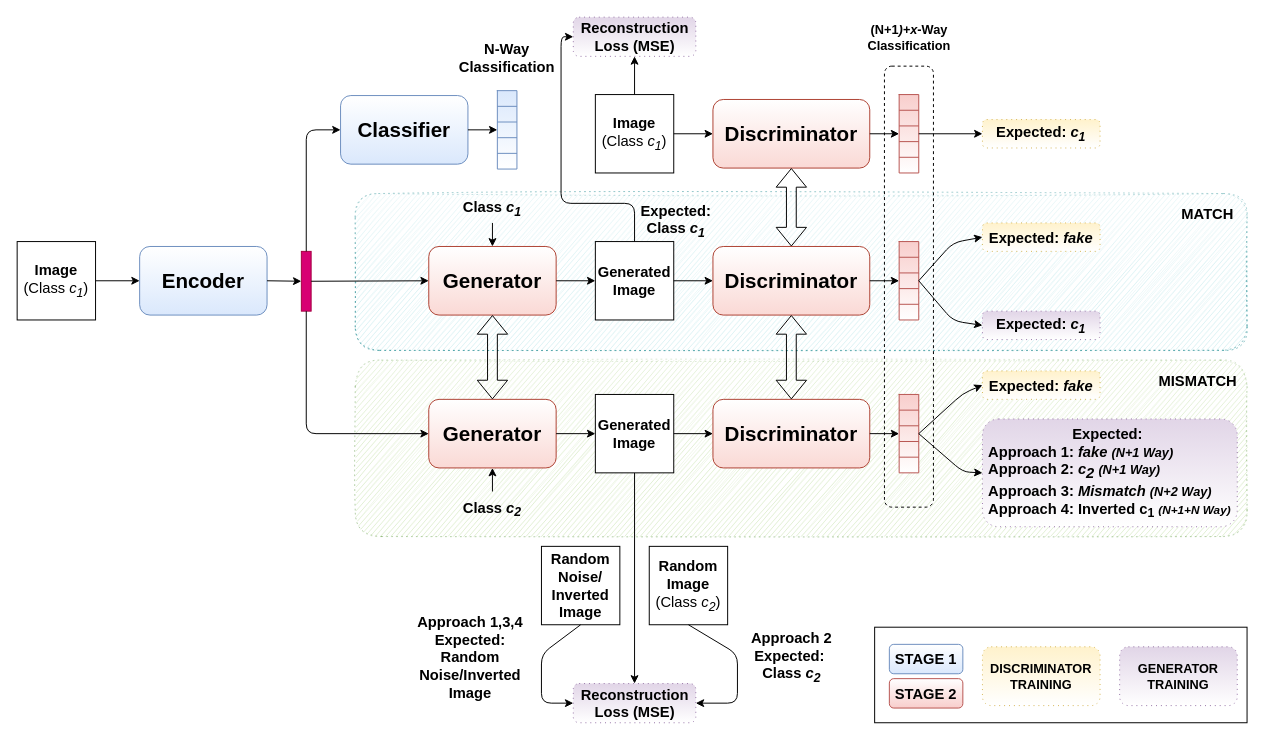
Before: draw/cGAN-OSR.drawio in pranavbudhwant/cGAN-OSR, a draw.io diagram. Source tidied: cells renumbered, new cells numbered last; positions are measured from the earlier drawing's top-left corner, leaving out a move shared by most shapes. Both pictures are drawn from the tidied source at 98%, with x=0, y=0 at pixel (17, 17).
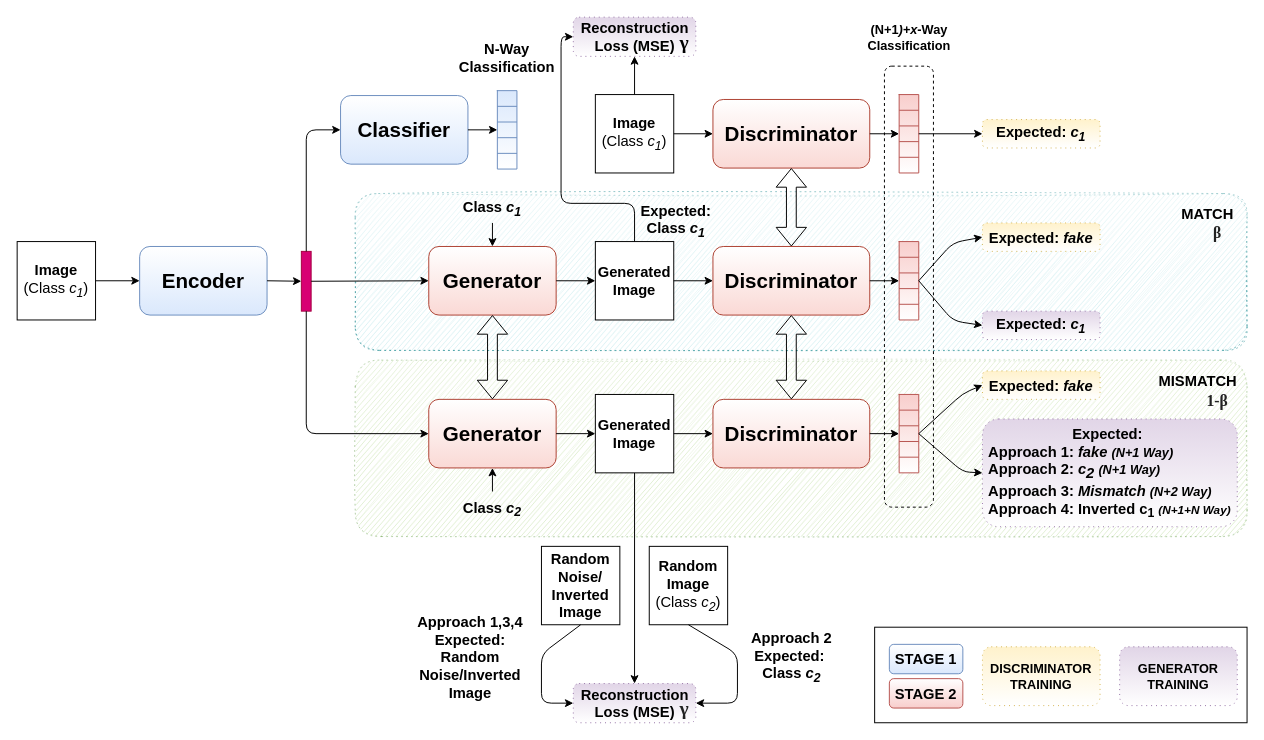
Above is the later version.

Commit message (it also covers changes not shown here):
Updated cGAN-OSR figure

What changed in the source:
```diff
@@
+    <mxCell id="120" value="&lt;span style=&quot;font-family: &amp;#34;times new roman&amp;#34;&quot;&gt;&lt;font size=&quot;1&quot;&gt;&lt;b style=&quot;font-size: 20px&quot;&gt;γ&lt;/b&gt;&lt;/font&gt;&lt;/span&gt;" style="text;html=1;strokeColor=none;fillColor=none;align=center;verticalAlign=middle;whiteSpace=wrap;rounded=0;" parent="1" vertex="1">
+      <mxGeometry x="661" y="15" width="40" height="20" as="geometry" />
+    </mxCell>
+    <mxCell id="121" value="&lt;span style=&quot;color: rgb(34 , 34 , 34) ; font-family: &amp;#34;times new roman&amp;#34;&quot;&gt;&lt;font size=&quot;1&quot;&gt;&lt;b style=&quot;font-size: 20px&quot;&gt;γ&lt;/b&gt;&lt;/font&gt;&lt;/span&gt;" style="text;html=1;strokeColor=none;fillColor=none;align=center;verticalAlign=middle;whiteSpace=wrap;rounded=0;" parent="1" vertex="1">
+      <mxGeometry x="661" y="695" width="40" height="20" as="geometry" />
+    </mxCell>
+    <mxCell id="122" value="&lt;span style=&quot;color: rgb(34 , 34 , 34) ; font-family: &amp;#34;times new roman&amp;#34;&quot;&gt;&lt;font size=&quot;1&quot;&gt;&lt;b style=&quot;font-size: 16px&quot;&gt;β&lt;/b&gt;&lt;/font&gt;&lt;/span&gt;" style="text;html=1;strokeColor=none;fillColor=none;align=center;verticalAlign=middle;whiteSpace=wrap;rounded=0;" parent="1" vertex="1">
+      <mxGeometry x="1205" y="210" width="40" height="20" as="geometry" />
+    </mxCell>
+    <mxCell id="123" value="&lt;span style=&quot;color: rgb(34 , 34 , 34) ; font-family: &amp;#34;times new roman&amp;#34;&quot;&gt;&lt;font size=&quot;1&quot;&gt;&lt;b style=&quot;font-size: 16px&quot;&gt;1-β&lt;/b&gt;&lt;/font&gt;&lt;/span&gt;" style="text;html=1;strokeColor=none;fillColor=none;align=center;verticalAlign=middle;whiteSpace=wrap;rounded=0;" parent="1" vertex="1">
+      <mxGeometry x="1205" y="381" width="40" height="20" as="geometry" />
+    </mxCell>
```
